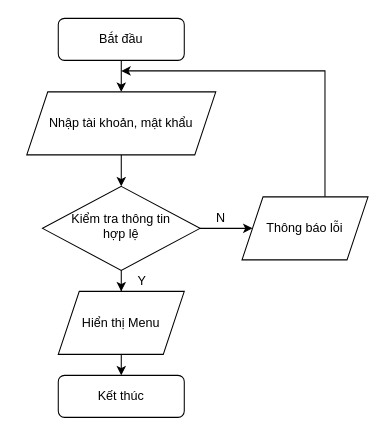
This is assets/flow-chart/login.drawio from vanluong94/aptech-market-management-system, a draw.io file, before an edit. Source tidied: cells renumbered, new cells numbered last; positions are measured from the earlier drawing's top-left corner, leaving out a move shared by most shapes. Both pictures are drawn from the tidied source at 105%, with x=0, y=0 at pixel (26, 18).
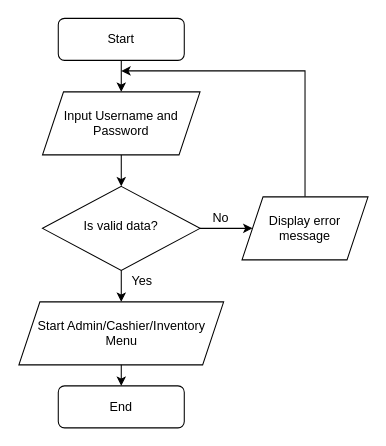
Above is the later version.

What changed in the source:
```diff
@@
 <mxGraphModel>
   <root>
     <mxCell id="0" />
     <mxCell id="1" parent="0" />
     <mxCell id="2" style="edgeStyle=orthogonalEdgeStyle;rounded=0;jettySize=auto;html=1;" parent="1" edge="1" source="3" target="9">
       <mxGeometry relative="1" as="geometry" />
     </mxCell>
-    <mxCell id="3" value="Bắt đầu" style="rounded=1;whiteSpace=wrap;html=1;fontSize=12;glass=0;strokeWidth=1;shadow=0;" parent="1" vertex="1">
+    <mxCell id="3" value="Start" style="rounded=1;whiteSpace=wrap;html=1;fontSize=12;glass=0;strokeWidth=1;shadow=0;" parent="1" vertex="1">
       <mxGeometry x="30" width="120" height="40" as="geometry" />
     </mxCell>
     <mxCell id="4" style="edgeStyle=orthogonalEdgeStyle;rounded=0;jettySize=auto;html=1;entryX=0;entryY=0.5;entryDx=0;entryDy=0;" parent="1" edge="1" source="6" target="13">
       <mxGeometry relative="1" as="geometry" />
     </mxCell>
     <mxCell id="5" style="edgeStyle=orthogonalEdgeStyle;rounded=0;jettySize=auto;html=1;" parent="1" edge="1" source="6" target="11">
       <mxGeometry relative="1" as="geometry" />
     </mxCell>
-    <mxCell id="6" value="Kiểm tra thông tin&lt;br&gt;hợp lệ" style="rhombus;whiteSpace=wrap;html=1;shadow=0;fontFamily=Helvetica;fontSize=12;align=center;strokeWidth=1;spacing=6;spacingTop=-4;" parent="1" vertex="1">
+    <mxCell id="6" value="Is valid data?" style="rhombus;whiteSpace=wrap;html=1;shadow=0;fontFamily=Helvetica;fontSize=12;align=center;strokeWidth=1;spacing=6;spacingTop=-4;" parent="1" vertex="1">
       <mxGeometry x="15" y="160" width="150" height="80" as="geometry" />
     </mxCell>
-    <mxCell id="7" value="Kết thúc" style="rounded=1;whiteSpace=wrap;html=1;fontSize=12;glass=0;strokeWidth=1;shadow=0;" parent="1" vertex="1">
-      <mxGeometry x="30" y="340" width="120" height="40" as="geometry" />
+    <mxCell id="7" value="End" style="rounded=1;whiteSpace=wrap;html=1;fontSize=12;glass=0;strokeWidth=1;shadow=0;" parent="1" vertex="1">
+      <mxGeometry x="30" y="350" width="120" height="40" as="geometry" />
     </mxCell>
     <mxCell id="8" style="edgeStyle=orthogonalEdgeStyle;rounded=0;jettySize=auto;html=1;" parent="1" edge="1" source="9" target="6">
       <mxGeometry relative="1" as="geometry" />
     </mxCell>
-    <mxCell id="9" value="Nhập tài khoản, mật khẩu" style="shape=parallelogram;perimeter=parallelogramPerimeter;whiteSpace=wrap;html=1;fixedSize=1;" parent="1" vertex="1">
-      <mxGeometry y="70" width="180" height="60" as="geometry" />
+    <mxCell id="9" value="Input Username and &lt;br&gt;Password" style="shape=parallelogram;perimeter=parallelogramPerimeter;whiteSpace=wrap;html=1;fixedSize=1;" parent="1" vertex="1">
+      <mxGeometry x="15" y="70" width="150" height="60" as="geometry" />
     </mxCell>
-    <mxCell id="10" style="edgeStyle=orthogonalEdgeStyle;rounded=0;orthogonalLoop=1;jettySize=auto;html=1;entryX=0.5;entryY=0;entryDx=0;entryDy=0;" parent="1" edge="1">
+    <mxCell id="10" style="edgeStyle=orthogonalEdgeStyle;rounded=0;jettySize=auto;html=1;entryX=0.5;entryY=0;entryDx=0;entryDy=0;" parent="1" edge="1" target="7">
       <mxGeometry relative="1" as="geometry">
         <mxPoint x="90" y="320" as="sourcePoint" />
-        <mxPoint x="90" y="340" as="targetPoint" />
       </mxGeometry>
     </mxCell>
-    <mxCell id="11" value="&lt;span&gt;Hiển thị Menu&lt;/span&gt;" style="shape=parallelogram;perimeter=parallelogramPerimeter;whiteSpace=wrap;html=1;fixedSize=1;" parent="1" vertex="1">
-      <mxGeometry x="30" y="260" width="120" height="60" as="geometry" />
+    <mxCell id="11" value="&lt;span&gt;Start Admin/Cashier/I&lt;/span&gt;nventory&lt;br&gt;Menu" style="shape=parallelogram;perimeter=parallelogramPerimeter;whiteSpace=wrap;html=1;fixedSize=1;" parent="1" vertex="1">
+      <mxGeometry x="-7.5" y="270" width="195" height="60" as="geometry" />
     </mxCell>
     <mxCell id="12" style="edgeStyle=orthogonalEdgeStyle;rounded=0;jettySize=auto;html=1;" parent="1" edge="1" source="13">
       <mxGeometry relative="1" as="geometry">
         <mxPoint x="90" y="50" as="targetPoint" />
         <Array as="points">
-          <mxPoint x="284" y="50" />
+          <mxPoint x="265" y="50" />
         </Array>
       </mxGeometry>
     </mxCell>
-    <mxCell id="13" value="&lt;span&gt;Thông báo lỗi&lt;/span&gt;" style="shape=parallelogram;perimeter=parallelogramPerimeter;whiteSpace=wrap;html=1;fixedSize=1;" parent="1" vertex="1">
+    <mxCell id="13" value="&lt;span&gt;Display error message&lt;br&gt;&lt;/span&gt;" style="shape=parallelogram;perimeter=parallelogramPerimeter;whiteSpace=wrap;html=1;fixedSize=1;" parent="1" vertex="1">
       <mxGeometry x="205" y="170" width="120" height="60" as="geometry" />
     </mxCell>
-    <mxCell id="14" value="N" style="text;html=1;strokeColor=none;fillColor=none;align=center;verticalAlign=middle;whiteSpace=wrap;rounded=0;" parent="1" vertex="1">
+    <mxCell id="14" value="No" style="text;html=1;strokeColor=none;fillColor=none;align=center;verticalAlign=middle;whiteSpace=wrap;rounded=0;" parent="1" vertex="1">
       <mxGeometry x="165" y="180" width="40" height="20" as="geometry" />
     </mxCell>
-    <mxCell id="15" value="Y" style="text;html=1;strokeColor=none;fillColor=none;align=center;verticalAlign=middle;whiteSpace=wrap;rounded=0;" parent="1" vertex="1">
+    <mxCell id="15" value="Yes" style="text;html=1;strokeColor=none;fillColor=none;align=center;verticalAlign=middle;whiteSpace=wrap;rounded=0;" parent="1" vertex="1">
       <mxGeometry x="90" y="240" width="40" height="20" as="geometry" />
     </mxCell>
   </root>
 </mxGraphModel>
```
